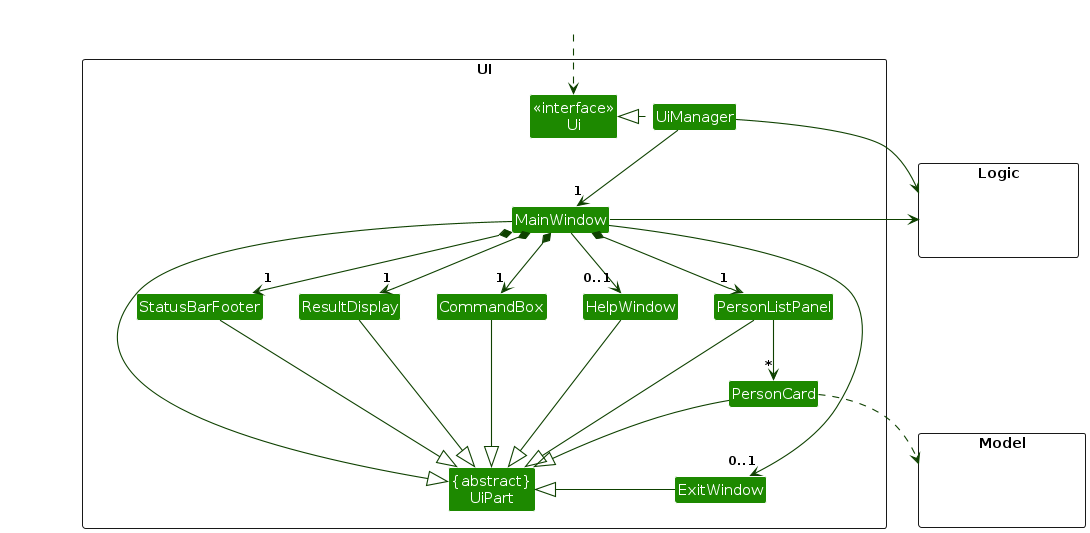
Before: diagrams/UiClassDiagram.png, a diagram exported from PlantUML (smolegz/tp). Its source is kept beside it as diagrams/UiClassDiagram.puml.
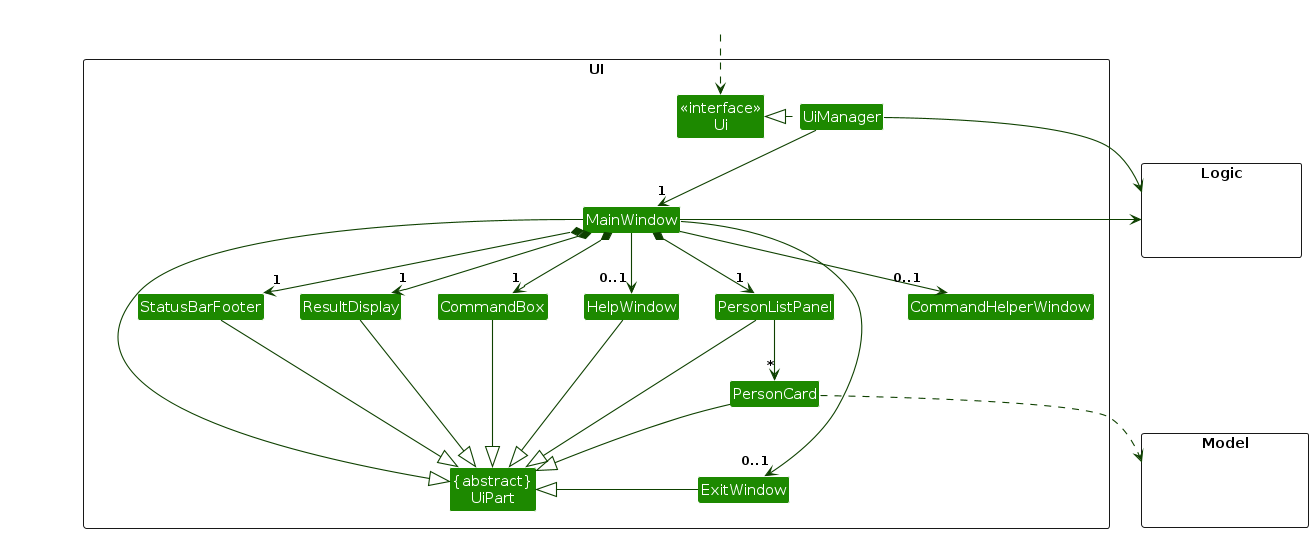
Later version of the same file.

The edit, as a diff of the source:
```diff
@@ -16,6 +16,7 @@
 Class StatusBarFooter
 Class CommandBox
 Class ExitWindow
+Class CommandHelperWindow
 }
 
 package Model <<Rectangle>> {
@@ -37,6 +38,7 @@
 MainWindow *-down-> "1" StatusBarFooter
 MainWindow --> "0..1" HelpWindow
 MainWindow --> "0..1" ExitWindow
+MainWindow --> "0..1" CommandHelperWindow
 
 PersonListPanel -down-> "*" PersonCard
 
@@ -50,6 +52,7 @@
 HelpWindow --|> UiPart
 ExitWindow -left-|> UiPart
 
+
 PersonCard ..> Model
 UiManager -right-> Logic
 MainWindow -left-> Logic
```
